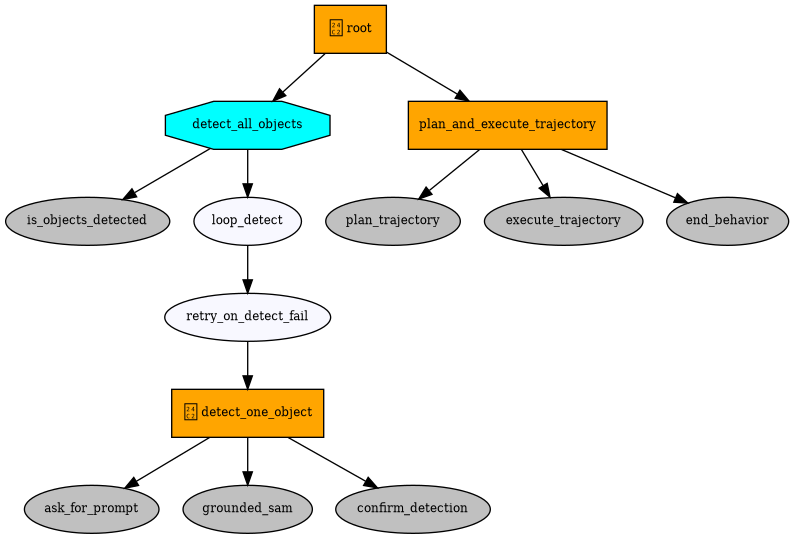
Earlier version of the Graphviz export examples/root.png (toyat522/anypick_dk). Its source is kept beside it as examples/root.dot.
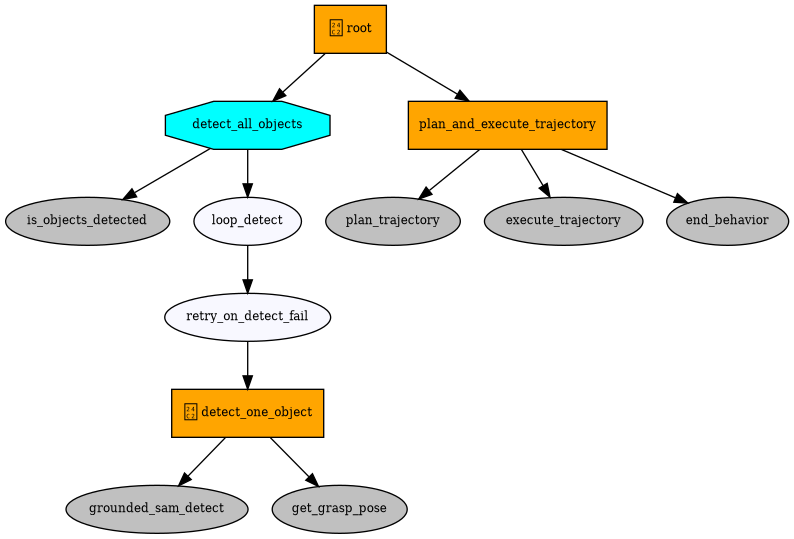
After the change.

The edit, as a diff of the source:
```diff
@@ -14,12 +14,10 @@
 loop_detect -> retry_on_detect_fail;
 detect_one_object [label="Ⓜ detect_one_object", shape=box, style=filled, fillcolor=orange, fontsize=9, fontcolor=black];
 retry_on_detect_fail -> detect_one_object;
-ask_for_prompt [label="ask_for_prompt", shape=ellipse, style=filled, fillcolor=gray, fontsize=9, fontcolor=black];
-detect_one_object -> ask_for_prompt;
-grounded_sam [label="grounded_sam", shape=ellipse, style=filled, fillcolor=gray, fontsize=9, fontcolor=black];
-detect_one_object -> grounded_sam;
-confirm_detection [label="confirm_detection", shape=ellipse, style=filled, fillcolor=gray, fontsize=9, fontcolor=black];
-detect_one_object -> confirm_detection;
+grounded_sam_detect [label="grounded_sam_detect", shape=ellipse, style=filled, fillcolor=gray, fontsize=9, fontcolor=black];
+detect_one_object -> grounded_sam_detect;
+get_grasp_pose [label="get_grasp_pose", shape=ellipse, style=filled, fillcolor=gray, fontsize=9, fontcolor=black];
+detect_one_object -> get_grasp_pose;
 plan_and_execute_trajectory [label="plan_and_execute_trajectory", shape=box, style=filled, fillcolor=orange, fontsize=9, fontcolor=black];
 root -> plan_and_execute_trajectory;
 plan_trajectory [label="plan_trajectory", shape=ellipse, style=filled, fillcolor=gray, fontsize=9, fontcolor=black];
```
